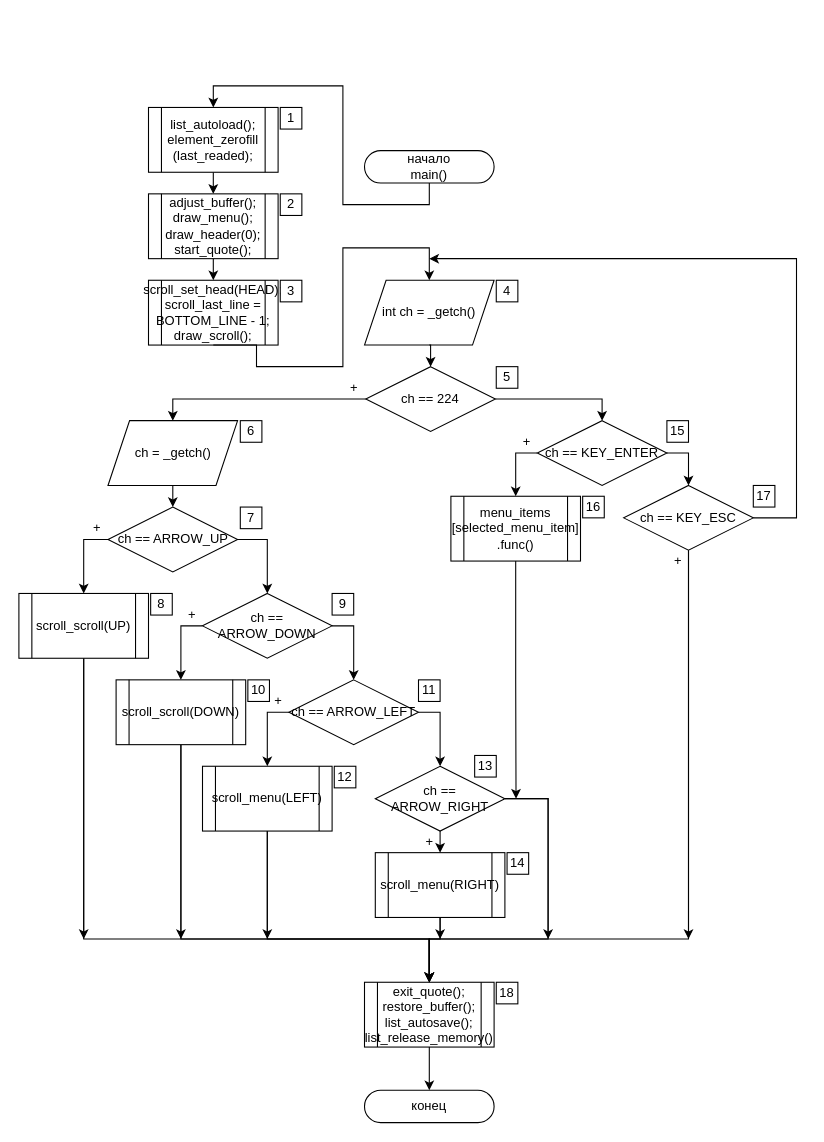
Earlier version of the draw.io diagram ПЗ/Diagrams/main.drawio (Killfrra/AnP). Source tidied: cells renumbered, new cells numbered last; positions are measured from the earlier drawing's top-left corner, leaving out a move shared by most shapes. Both pictures are drawn from the tidied source at 108%, with x=0, y=0 at pixel (18, 85).
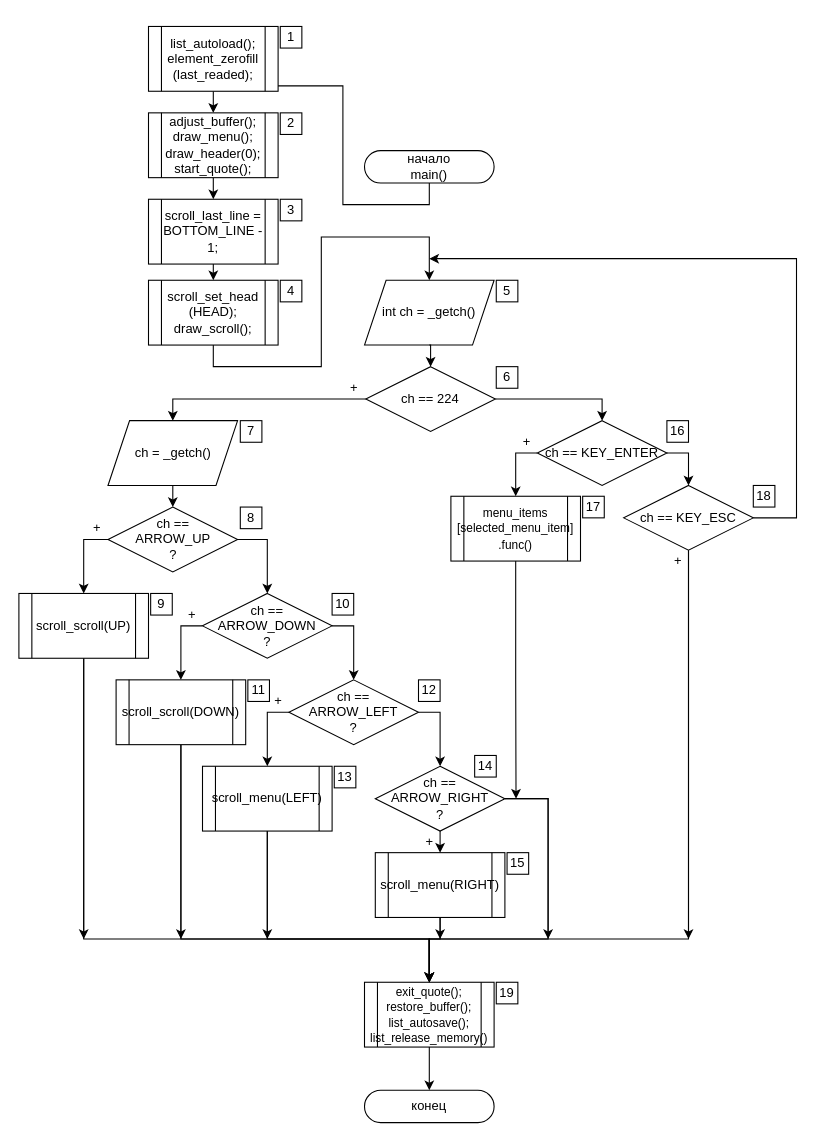
After the change.

Unchanged cells that the change refers to:
```xml
<mxCell id="37" value="int ch = _getch()" style="shape=parallelogram;perimeter=parallelogramPerimeter;whiteSpace=wrap;html=1;fixedSize=1;fontFamily=Helvetica;fontSize=12;align=center;" parent="1" vertex="1">
  <mxGeometry x="320" y="180" width="120" height="60" as="geometry" />
</mxCell>
```

What changed in the source:
```diff
@@
-    <mxCell id="5" value="exit_quote();&lt;br&gt;restore_buffer();&lt;br&gt;list_autosave();&lt;br&gt;list_release_memory()" style="shape=process;whiteSpace=wrap;html=1;backgroundOutline=1;fontFamily=Helvetica;fontSize=12;fontColor=#000000;align=center;strokeColor=#000000;fillColor=#ffffff;" parent="1" vertex="1">
+    <mxCell id="5" value="&lt;font style=&quot;font-size: 11px&quot;&gt;exit_quote();&lt;br&gt;restore_buffer();&lt;br&gt;list_autosave();&lt;br&gt;list_release_memory()&lt;/font&gt;" style="shape=process;whiteSpace=wrap;html=1;backgroundOutline=1;fontFamily=Helvetica;fontSize=12;fontColor=#000000;align=center;strokeColor=#000000;fillColor=#ffffff;" parent="1" vertex="1">
       <mxGeometry x="320" y="830" width="120" height="60" as="geometry" />
     </mxCell>
@@
-    <mxCell id="8" value="ch == ARROW_UP" style="rhombus;whiteSpace=wrap;html=1;rounded=0;" parent="1" vertex="1">
+    <mxCell id="8" value="ch ==&lt;br&gt;ARROW_UP&lt;br&gt;?" style="rhombus;whiteSpace=wrap;html=1;rounded=0;" parent="1" vertex="1">
       <mxGeometry x="82.5" y="390" width="120" height="60" as="geometry" />
     </mxCell>
@@
-    <mxCell id="10" value="ch == ARROW_DOWN" style="rhombus;whiteSpace=wrap;html=1;rounded=0;" parent="1" vertex="1">
+    <mxCell id="10" value="ch == ARROW_DOWN&lt;br&gt;?" style="rhombus;whiteSpace=wrap;html=1;rounded=0;" parent="1" vertex="1">
       <mxGeometry x="170" y="470" width="120" height="60" as="geometry" />
     </mxCell>
@@
-    <mxCell id="12" value="ch == ARROW_LEFT" style="rhombus;whiteSpace=wrap;html=1;rounded=0;" parent="1" vertex="1">
+    <mxCell id="12" value="ch ==&lt;br&gt;ARROW_LEFT&lt;br&gt;?" style="rhombus;whiteSpace=wrap;html=1;rounded=0;" parent="1" vertex="1">
       <mxGeometry x="250" y="550" width="120" height="60" as="geometry" />
     </mxCell>
@@
-    <mxCell id="15" value="ch == ARROW_RIGHT" style="rhombus;whiteSpace=wrap;html=1;rounded=0;" parent="1" vertex="1">
+    <mxCell id="15" value="ch == ARROW_RIGHT&lt;br&gt;?" style="rhombus;whiteSpace=wrap;html=1;rounded=0;" parent="1" vertex="1">
       <mxGeometry x="330" y="630" width="120" height="60" as="geometry" />
     </mxCell>
@@
+    <mxCell id="80" style="edgeStyle=orthogonalEdgeStyle;rounded=0;jettySize=auto;html=1;exitX=0.5;exitY=1;exitDx=0;exitDy=0;entryX=0.5;entryY=0;entryDx=0;entryDy=0;" parent="1" edge="1" source="39" target="82">
+      <mxGeometry relative="1" as="geometry" />
+    </mxCell>
-    <mxCell id="39" value="scroll_set_head(HEAD);&lt;br&gt;scroll_last_line = BOTTOM_LINE - 1;&lt;br&gt;draw_scroll();" style="shape=process;whiteSpace=wrap;html=1;backgroundOutline=1;fontFamily=Helvetica;fontSize=12;fontColor=#000000;align=center;strokeColor=#000000;fillColor=#ffffff;" parent="1" vertex="1">
-      <mxGeometry x="120" y="180" width="120" height="60" as="geometry" />
+    <mxCell id="39" value="scroll_last_line = BOTTOM_LINE - 1;" style="shape=process;whiteSpace=wrap;html=1;backgroundOutline=1;fontFamily=Helvetica;fontSize=12;fontColor=#000000;align=center;strokeColor=#000000;fillColor=#ffffff;" parent="1" vertex="1">
+      <mxGeometry x="120" y="105" width="120" height="60" as="geometry" />
     </mxCell>
-    <mxCell id="40" style="edgeStyle=orthogonalEdgeStyle;rounded=0;jettySize=auto;html=1;exitX=0.5;exitY=1;exitDx=0;exitDy=0;entryX=0.5;entryY=0;entryDx=0;entryDy=0;" parent="1" edge="1" source="39" target="37">
-      <mxGeometry relative="1" as="geometry">
-        <Array as="points">
-          <mxPoint x="220" y="260" />
-          <mxPoint x="300" y="260" />
-          <mxPoint x="300" y="150" />
-          <mxPoint x="380" y="150" />
-        </Array>
-      </mxGeometry>
-    </mxCell>
@@
-    <mxCell id="50" value="menu_items&lt;br&gt;[selected_menu_item]&lt;br&gt;.func()" style="shape=process;whiteSpace=wrap;html=1;backgroundOutline=1;" parent="1" vertex="1">
+    <mxCell id="50" value="&lt;font style=&quot;font-size: 11px&quot;&gt;menu_items&lt;br&gt;[selected_menu_item]&lt;br&gt;.func()&lt;/font&gt;" style="shape=process;whiteSpace=wrap;html=1;backgroundOutline=1;" parent="1" vertex="1">
       <mxGeometry x="400" y="380" width="120" height="60" as="geometry" />
     </mxCell>
@@
     <mxCell id="52" value="list_autoload();&lt;br&gt;element_zerofill&lt;br&gt;(last_readed);" style="shape=process;html=1;backgroundOutline=1;whiteSpace=wrap;" parent="1" vertex="1">
-      <mxGeometry x="120" y="20" width="120" height="60" as="geometry" />
+      <mxGeometry x="120" y="-55" width="120" height="60" as="geometry" />
     </mxCell>
@@
     <mxCell id="54" value="adjust_buffer();&lt;br&gt;draw_menu();&lt;br&gt;draw_header(0);&lt;br&gt;start_quote();" style="shape=process;html=1;backgroundOutline=1;whiteSpace=wrap;" parent="1" vertex="1">
-      <mxGeometry x="120" y="100" width="120" height="60" as="geometry" />
+      <mxGeometry x="120" y="25" width="120" height="60" as="geometry" />
     </mxCell>
@@
     <mxCell id="62" value="1" style="whiteSpace=wrap;html=1;" parent="1" vertex="1">
-      <mxGeometry x="242" y="20" width="20" height="20" as="geometry" />
+      <mxGeometry x="242" y="-55" width="20" height="20" as="geometry" />
     </mxCell>
     <mxCell id="63" value="2" style="whiteSpace=wrap;html=1;" parent="1" vertex="1">
-      <mxGeometry x="242" y="100" width="20" height="20" as="geometry" />
+      <mxGeometry x="242" y="25" width="20" height="20" as="geometry" />
     </mxCell>
     <mxCell id="64" value="3" style="whiteSpace=wrap;html=1;" parent="1" vertex="1">
-      <mxGeometry x="242" y="180" width="20" height="20" as="geometry" />
+      <mxGeometry x="242" y="105" width="20" height="20" as="geometry" />
     </mxCell>
-    <mxCell id="65" value="4" style="whiteSpace=wrap;html=1;" parent="1" vertex="1">
+    <mxCell id="65" value="5" style="whiteSpace=wrap;html=1;" parent="1" vertex="1">
       <mxGeometry x="442" y="180" width="20" height="20" as="geometry" />
     </mxCell>
-    <mxCell id="66" value="5" style="whiteSpace=wrap;html=1;" parent="1" vertex="1">
+    <mxCell id="66" value="6" style="whiteSpace=wrap;html=1;" parent="1" vertex="1">
       <mxGeometry x="442" y="260" width="20" height="20" as="geometry" />
     </mxCell>
-    <mxCell id="67" value="15" style="whiteSpace=wrap;html=1;" parent="1" vertex="1">
+    <mxCell id="67" value="16" style="whiteSpace=wrap;html=1;" parent="1" vertex="1">
       <mxGeometry x="600" y="310" width="20" height="20" as="geometry" />
     </mxCell>
-    <mxCell id="68" value="17" style="whiteSpace=wrap;html=1;" parent="1" vertex="1">
+    <mxCell id="68" value="18" style="whiteSpace=wrap;html=1;" parent="1" vertex="1">
       <mxGeometry x="680" y="370" width="20" height="20" as="geometry" />
     </mxCell>
-    <mxCell id="69" value="16" style="whiteSpace=wrap;html=1;" parent="1" vertex="1">
+    <mxCell id="69" value="17" style="whiteSpace=wrap;html=1;" parent="1" vertex="1">
       <mxGeometry x="522" y="380" width="20" height="20" as="geometry" />
     </mxCell>
-    <mxCell id="70" value="6" style="whiteSpace=wrap;html=1;" parent="1" vertex="1">
+    <mxCell id="70" value="7" style="whiteSpace=wrap;html=1;" parent="1" vertex="1">
       <mxGeometry x="205" y="310" width="20" height="20" as="geometry" />
     </mxCell>
-    <mxCell id="71" value="7" style="whiteSpace=wrap;html=1;" parent="1" vertex="1">
+    <mxCell id="71" value="8" style="whiteSpace=wrap;html=1;" parent="1" vertex="1">
       <mxGeometry x="205" y="390" width="20" height="20" as="geometry" />
     </mxCell>
-    <mxCell id="72" value="8" style="whiteSpace=wrap;html=1;" parent="1" vertex="1">
+    <mxCell id="72" value="9" style="whiteSpace=wrap;html=1;" parent="1" vertex="1">
       <mxGeometry x="122" y="470" width="20" height="20" as="geometry" />
     </mxCell>
-    <mxCell id="73" value="10" style="whiteSpace=wrap;html=1;" parent="1" vertex="1">
+    <mxCell id="73" value="11" style="whiteSpace=wrap;html=1;" parent="1" vertex="1">
       <mxGeometry x="212" y="550" width="20" height="20" as="geometry" />
     </mxCell>
-    <mxCell id="74" value="9" style="whiteSpace=wrap;html=1;" parent="1" vertex="1">
+    <mxCell id="74" value="10" style="whiteSpace=wrap;html=1;" parent="1" vertex="1">
       <mxGeometry x="290" y="470" width="20" height="20" as="geometry" />
     </mxCell>
-    <mxCell id="75" value="11" style="whiteSpace=wrap;html=1;" parent="1" vertex="1">
+    <mxCell id="75" value="12" style="whiteSpace=wrap;html=1;" parent="1" vertex="1">
       <mxGeometry x="370" y="550" width="20" height="20" as="geometry" />
     </mxCell>
-    <mxCell id="76" value="12" style="whiteSpace=wrap;html=1;" parent="1" vertex="1">
+    <mxCell id="76" value="13" style="whiteSpace=wrap;html=1;" parent="1" vertex="1">
       <mxGeometry x="292" y="630" width="20" height="20" as="geometry" />
     </mxCell>
-    <mxCell id="77" value="13" style="whiteSpace=wrap;html=1;" parent="1" vertex="1">
+    <mxCell id="77" value="14" style="whiteSpace=wrap;html=1;" parent="1" vertex="1">
       <mxGeometry x="422" y="620" width="20" height="20" as="geometry" />
     </mxCell>
-    <mxCell id="78" value="14" style="whiteSpace=wrap;html=1;" parent="1" vertex="1">
+    <mxCell id="78" value="15" style="whiteSpace=wrap;html=1;" parent="1" vertex="1">
       <mxGeometry x="452" y="710" width="20" height="20" as="geometry" />
     </mxCell>
-    <mxCell id="79" value="18" style="whiteSpace=wrap;html=1;" parent="1" vertex="1">
+    <mxCell id="79" value="19" style="whiteSpace=wrap;html=1;" parent="1" vertex="1">
       <mxGeometry x="442" y="830" width="20" height="20" as="geometry" />
     </mxCell>
+    <mxCell id="81" style="edgeStyle=orthogonalEdgeStyle;rounded=0;jettySize=auto;html=1;exitX=0.5;exitY=1;exitDx=0;exitDy=0;entryX=0.5;entryY=0;entryDx=0;entryDy=0;" parent="1" edge="1" source="82" target="37">
+      <mxGeometry relative="1" as="geometry">
+        <Array as="points">
+          <mxPoint x="180" y="260" />
+          <mxPoint x="280" y="260" />
+          <mxPoint x="280" y="140" />
+          <mxPoint x="380" y="140" />
+        </Array>
+      </mxGeometry>
+    </mxCell>
+    <mxCell id="82" value="scroll_set_head&lt;br&gt;(HEAD);&lt;br&gt;draw_scroll();" style="shape=process;whiteSpace=wrap;html=1;backgroundOutline=1;fontFamily=Helvetica;fontSize=12;fontColor=#000000;align=center;strokeColor=#000000;fillColor=#ffffff;" parent="1" vertex="1">
+      <mxGeometry x="120" y="180" width="120" height="60" as="geometry" />
+    </mxCell>
+    <mxCell id="83" value="4" style="whiteSpace=wrap;html=1;" parent="1" vertex="1">
+      <mxGeometry x="242" y="180" width="20" height="20" as="geometry" />
+    </mxCell>
```
